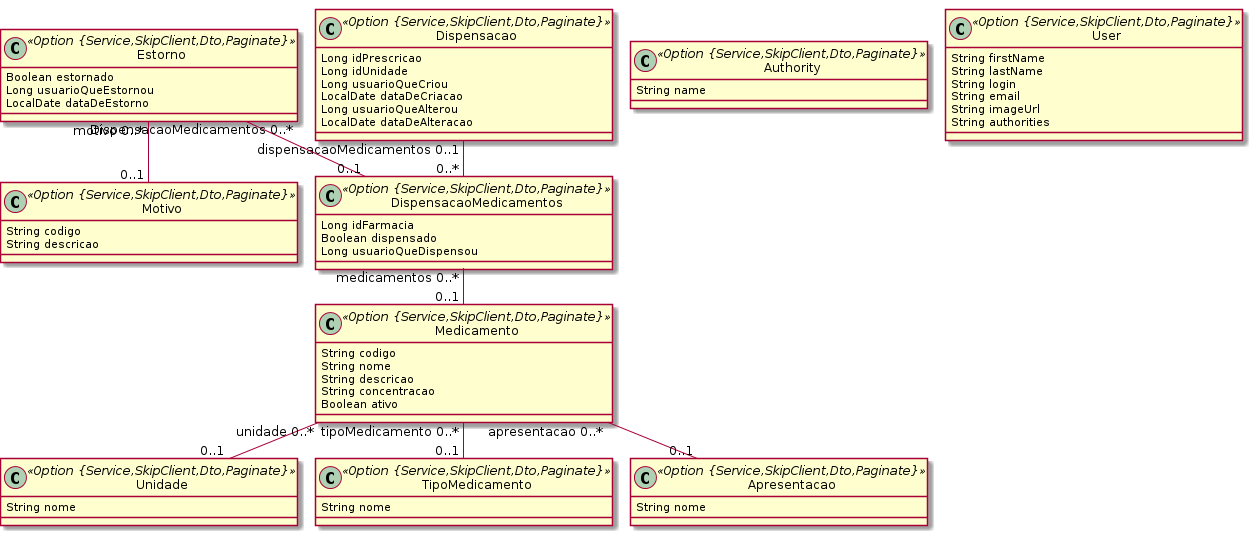
This is farmacia/farmacia.png from BasisTI/madre, a PlantUML export, as it was before one commit.
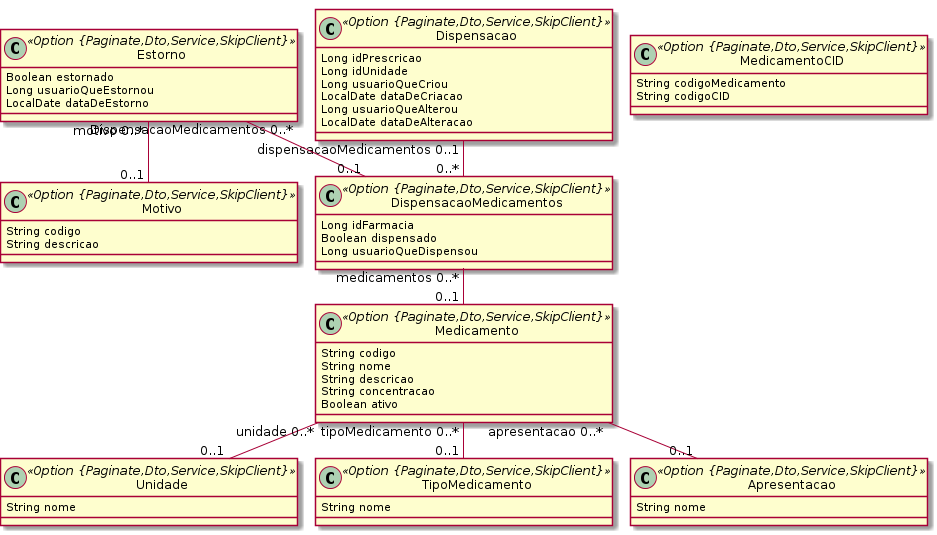
The same diagram one commit later.

Diff of the diagram source:
```diff
@@ -1,16 +1,16 @@
 @startuml
 	!pragma graphviz_dot jdot
 	!pragma syntax class
-	class Estorno <<Option {Service,SkipClient,Dto,Paginate}>> {
+	class Estorno <<Option {Paginate,Dto,Service,SkipClient}>> {
 		Boolean estornado
 		Long usuarioQueEstornou
 		LocalDate dataDeEstorno
 	}
-	class Motivo <<Option {Service,SkipClient,Dto,Paginate}>> {
+	class Motivo <<Option {Paginate,Dto,Service,SkipClient}>> {
 		String codigo
 		String descricao
 	}
-	class Dispensacao <<Option {Service,SkipClient,Dto,Paginate}>> {
+	class Dispensacao <<Option {Paginate,Dto,Service,SkipClient}>> {
 		Long idPrescricao
 		Long idUnidade
 		Long usuarioQueCriou
@@ -18,26 +18,30 @@
 		Long usuarioQueAlterou
 		LocalDate dataDeAlteracao
 	}
-	class DispensacaoMedicamentos <<Option {Service,SkipClient,Dto,Paginate}>> {
+	class DispensacaoMedicamentos <<Option {Paginate,Dto,Service,SkipClient}>> {
 		Long idFarmacia
 		Boolean dispensado
 		Long usuarioQueDispensou
 	}
-	class Medicamento <<Option {Service,SkipClient,Dto,Paginate}>> {
+	class Medicamento <<Option {Paginate,Dto,Service,SkipClient}>> {
 		String codigo
 		String nome
 		String descricao
 		String concentracao
 		Boolean ativo
 	}
-	class Unidade <<Option {Service,SkipClient,Dto,Paginate}>> {
+	class Unidade <<Option {Paginate,Dto,Service,SkipClient}>> {
 		String nome
 	}
-	class TipoMedicamento <<Option {Service,SkipClient,Dto,Paginate}>> {
+	class TipoMedicamento <<Option {Paginate,Dto,Service,SkipClient}>> {
 		String nome
 	}
-	class Apresentacao <<Option {Service,SkipClient,Dto,Paginate}>> {
+	class Apresentacao <<Option {Paginate,Dto,Service,SkipClient}>> {
 		String nome
+	}
+	class MedicamentoCID <<Option {Paginate,Dto,Service,SkipClient}>> {
+		String codigoMedicamento
+		String codigoCID
 	}
 	Dispensacao  "dispensacaoMedicamentos 0..1 " --o "0..* "  DispensacaoMedicamentos
 	DispensacaoMedicamentos  "medicamentos 0..* " o-- "0..1 "  Medicamento
@@ -46,15 +50,4 @@
 	Medicamento  "unidade 0..* " o-- "0..1 "  Unidade
 	Estorno  "DispensacaoMedicamentos 0..* " o-- "0..1 "  DispensacaoMedicamentos
 	Estorno  "motivo 0..* " o-- "0..1 "  Motivo
-	class Authority <<Option {Service,SkipClient,Dto,Paginate}>> {
-		String name
-	}
-	class User <<Option {Service,SkipClient,Dto,Paginate}>> {
-		String firstName
-		String lastName
-		String login
-		String email
-		String imageUrl
-		String authorities
-	}
 @enduml
```
